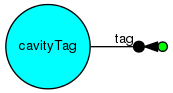
Earlier version of the Graphviz export doc/figures/PowerSourceEMT.png (WZhaoKe/aegpwb). Its source is kept beside it as doc/figures/src/PowerSourceEMT.dot. Its diagram source:
```dot
digraph pwb_model {
	rankdir=LR;
	size="8,5"
	node [ shape = circle , fontname = "Helvetica" , fontsize = 10 , height = 0.1 , width = 0.1 , margin = 0.01 ,  style=filled ];
	edge [ fontname = "Helvetica" , forcelabels= true , fontsize = 10 ];
	"cavityTag" [ shape=circle fillcolor=cyan ];
        "REF1" [shape=circle , label ="", width=0.1 , height=0.1, regular=1, style=filled , fillcolor=green ];
	cavityTag -> REF1 [ label = "tag" , arrowhead = "invdot" ];
}
```
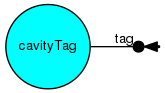
After the commit.

Diff of the diagram source:
```diff
@@ -4,6 +4,6 @@
 	node [ shape = circle , fontname = "Helvetica" , fontsize = 10 , height = 0.1 , width = 0.1 , margin = 0.01 ,  style=filled ];
 	edge [ fontname = "Helvetica" , forcelabels= true , fontsize = 10 ];
 	"cavityTag" [ shape=circle fillcolor=cyan ];
-        "REF1" [shape=circle , label ="", width=0.1 , height=0.1, regular=1, style=filled , fillcolor=green ];
+        "REF1" [shape=point , label ="", width=0.02 , height=0.02, regular=1, style=filled , fillcolor=black ];
 	cavityTag -> REF1 [ label = "tag" , arrowhead = "invdot" ];
 }
```
